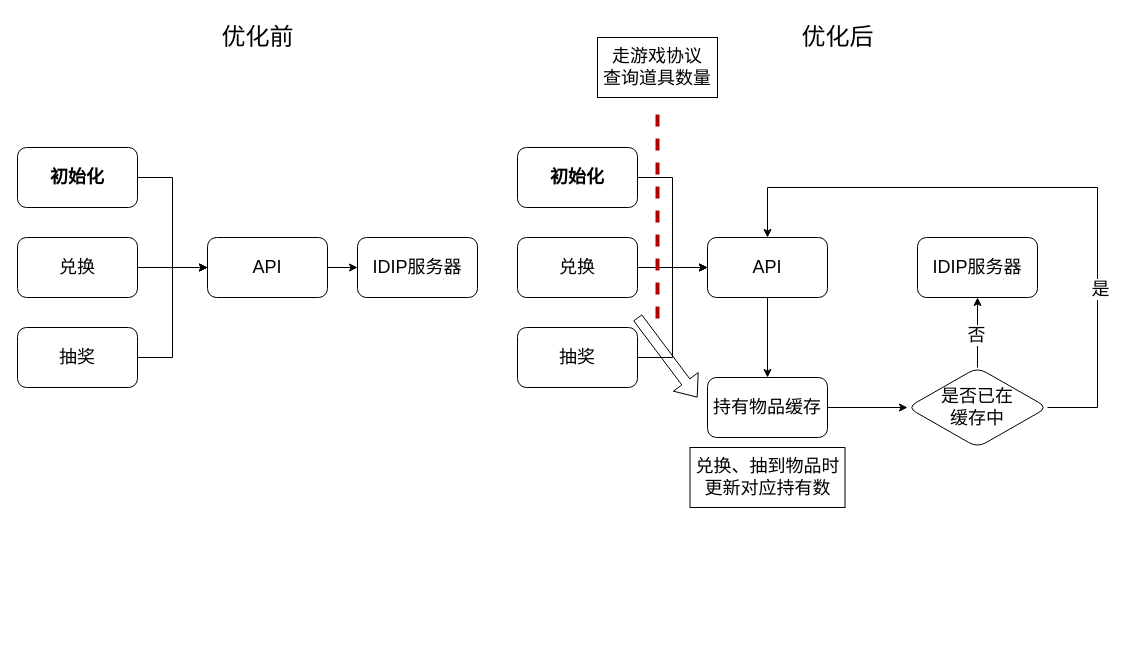
Before: 道奇背景.drawio in dingdu/7days-golang, a draw.io diagram. Source tidied: cells renumbered, new cells numbered last; positions are measured from the earlier drawing's top-left corner, leaving out a move shared by most shapes. Both pictures are drawn from the tidied source at 100%, with x=0, y=0 at pixel (17, 17).
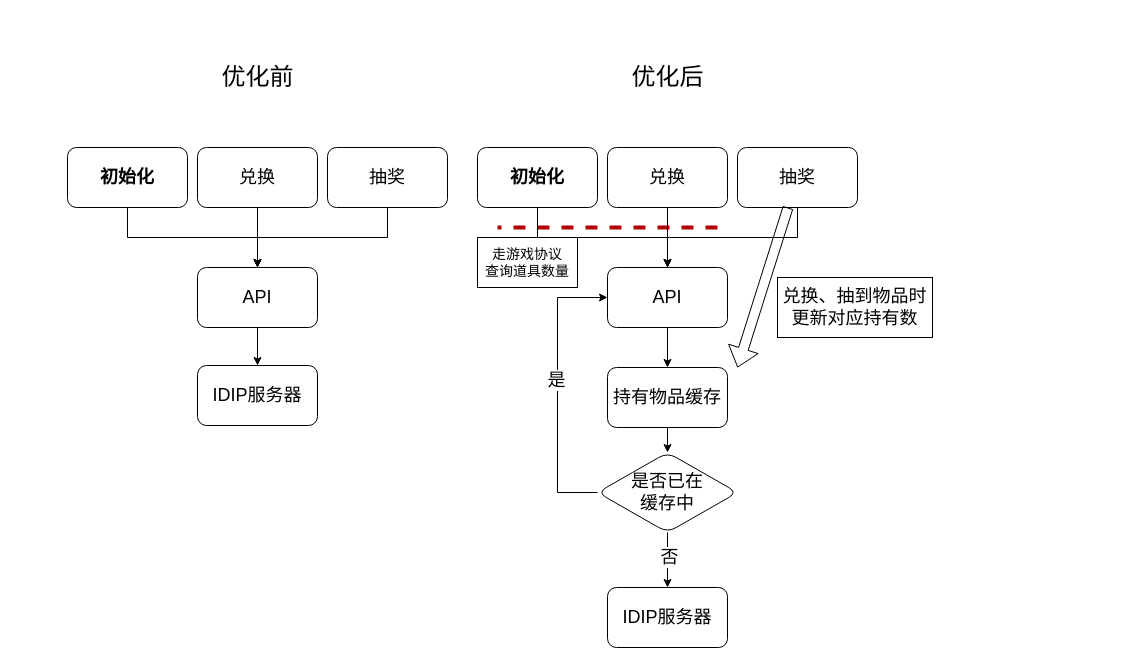
The same diagram, later.

The edit, as a diff of the source:
```diff
@@
-    <mxCell id="2" style="edgeStyle=orthogonalEdgeStyle;rounded=0;jettySize=auto;html=1;entryX=0;entryY=0.5;entryDx=0;entryDy=0;fontSize=18;" parent="1" edge="1" source="3" target="9">
-      <mxGeometry relative="1" as="geometry" />
+    <mxCell id="2" style="edgeStyle=orthogonalEdgeStyle;rounded=0;jettySize=auto;html=1;entryX=0.5;entryY=0;entryDx=0;entryDy=0;strokeWidth=1;fontSize=24;endSize=6;" parent="1" edge="1" source="3" target="9">
+      <mxGeometry relative="1" as="geometry">
+        <Array as="points">
+          <mxPoint x="110" y="220" />
+          <mxPoint x="240" y="220" />
+        </Array>
+      </mxGeometry>
     </mxCell>
     <mxCell id="3" value="初始化" style="rounded=1;whiteSpace=wrap;html=1;fontSize=18;fontStyle=1;" parent="1" vertex="1">
-      <mxGeometry y="130" width="120" height="60" as="geometry" />
+      <mxGeometry x="50" y="130" width="120" height="60" as="geometry" />
     </mxCell>
@@
     <mxCell id="5" value="兑换" style="rounded=1;whiteSpace=wrap;html=1;fontSize=18;" parent="1" vertex="1">
-      <mxGeometry y="220" width="120" height="60" as="geometry" />
+      <mxGeometry x="180" y="130" width="120" height="60" as="geometry" />
     </mxCell>
-    <mxCell id="6" style="edgeStyle=orthogonalEdgeStyle;rounded=0;jettySize=auto;html=1;entryX=0;entryY=0.5;entryDx=0;entryDy=0;fontSize=18;" parent="1" edge="1" source="7" target="9">
-      <mxGeometry relative="1" as="geometry" />
+    <mxCell id="6" style="edgeStyle=orthogonalEdgeStyle;rounded=0;jettySize=auto;html=1;entryX=0.5;entryY=0;entryDx=0;entryDy=0;strokeWidth=1;fontSize=24;endSize=6;" parent="1" edge="1" source="7" target="9">
+      <mxGeometry relative="1" as="geometry">
+        <Array as="points">
+          <mxPoint x="370" y="220" />
+          <mxPoint x="240" y="220" />
+        </Array>
+      </mxGeometry>
     </mxCell>
     <mxCell id="7" value="抽奖" style="rounded=1;whiteSpace=wrap;html=1;fontSize=18;" parent="1" vertex="1">
-      <mxGeometry y="310" width="120" height="60" as="geometry" />
+      <mxGeometry x="310" y="130" width="120" height="60" as="geometry" />
     </mxCell>
@@
     <mxCell id="9" value="API" style="rounded=1;whiteSpace=wrap;html=1;fontSize=18;" parent="1" vertex="1">
-      <mxGeometry x="190" y="220" width="120" height="60" as="geometry" />
+      <mxGeometry x="180" y="250" width="120" height="60" as="geometry" />
     </mxCell>
     <mxCell id="10" value="IDIP服务器" style="rounded=1;whiteSpace=wrap;html=1;fontSize=18;" parent="1" vertex="1">
-      <mxGeometry x="340" y="220" width="120" height="60" as="geometry" />
+      <mxGeometry x="180" y="348" width="120" height="60" as="geometry" />
     </mxCell>
-    <mxCell id="11" style="edgeStyle=orthogonalEdgeStyle;rounded=0;jettySize=auto;html=1;entryX=0;entryY=0.5;entryDx=0;entryDy=0;fontSize=18;shadow=0;" parent="1" edge="1" source="12" target="18">
-      <mxGeometry relative="1" as="geometry" />
+    <mxCell id="11" style="edgeStyle=orthogonalEdgeStyle;rounded=0;orthogonalLoop=1;jettySize=auto;html=1;entryX=0;entryY=0.5;entryDx=0;entryDy=0;fontSize=18;shadow=0;" parent="1" edge="1">
+      <mxGeometry relative="1" as="geometry">
+        <mxPoint x="790" y="180" as="sourcePoint" />
+      </mxGeometry>
     </mxCell>
-    <mxCell id="12" value="初始化" style="rounded=1;whiteSpace=wrap;html=1;fontSize=18;fontStyle=1;" parent="1" vertex="1">
-      <mxGeometry x="500" y="130" width="120" height="60" as="geometry" />
-    </mxCell>
-    <mxCell id="13" style="edgeStyle=orthogonalEdgeStyle;rounded=0;jettySize=auto;html=1;fontSize=18;" parent="1" edge="1" source="14" target="18">
-      <mxGeometry relative="1" as="geometry" />
-    </mxCell>
-    <mxCell id="14" value="兑换" style="rounded=1;whiteSpace=wrap;html=1;fontSize=18;" parent="1" vertex="1">
-      <mxGeometry x="500" y="220" width="120" height="60" as="geometry" />
-    </mxCell>
-    <mxCell id="15" style="edgeStyle=orthogonalEdgeStyle;rounded=0;jettySize=auto;html=1;entryX=0;entryY=0.5;entryDx=0;entryDy=0;fontSize=18;" parent="1" edge="1" source="16" target="18">
-      <mxGeometry relative="1" as="geometry" />
-    </mxCell>
-    <mxCell id="16" value="抽奖" style="rounded=1;whiteSpace=wrap;html=1;fontSize=18;" parent="1" vertex="1">
-      <mxGeometry x="500" y="310" width="120" height="60" as="geometry" />
-    </mxCell>
-    <mxCell id="17" style="edgeStyle=orthogonalEdgeStyle;rounded=0;jettySize=auto;html=1;strokeWidth=1;fontSize=18;endSize=6;" parent="1" edge="1" source="18" target="23">
-      <mxGeometry relative="1" as="geometry" />
-    </mxCell>
-    <mxCell id="18" value="API" style="rounded=1;whiteSpace=wrap;html=1;fontSize=18;" parent="1" vertex="1">
-      <mxGeometry x="690" y="220" width="120" height="60" as="geometry" />
-    </mxCell>
-    <mxCell id="19" value="IDIP服务器" style="rounded=1;whiteSpace=wrap;html=1;fontSize=18;" parent="1" vertex="1">
-      <mxGeometry x="900" y="220" width="120" height="60" as="geometry" />
-    </mxCell>
     <mxCell id="20" style="endArrow=none;dashed=1;html=1;rounded=0;fontStyle=1;strokeWidth=4;fillColor=#e51400;strokeColor=#B20000;" parent="1" edge="1">
       <mxGeometry relative="1" as="geometry">
-        <mxPoint x="640" y="301" as="sourcePoint" />
-        <mxPoint x="640" y="91" as="targetPoint" />
+        <mxPoint x="700" y="210" as="sourcePoint" />
+        <mxPoint x="480" y="210" as="targetPoint" />
       </mxGeometry>
     </mxCell>
-    <mxCell id="21" value="&lt;font style=&quot;font-size: 18px;&quot;&gt;走游戏协议&lt;br&gt;查询道具数量&lt;/font&gt;" style="rounded=0;whiteSpace=wrap;html=1;" parent="1" vertex="1">
-      <mxGeometry x="580" y="20" width="120" height="60" as="geometry" />
+    <mxCell id="21" value="&lt;font style=&quot;font-size: 14px;&quot;&gt;走游戏协议&lt;br&gt;查询道具数量&lt;/font&gt;" style="rounded=0;whiteSpace=wrap;html=1;" parent="1" vertex="1">
+      <mxGeometry x="460" y="220" width="100" height="50" as="geometry" />
     </mxCell>
-    <mxCell id="22" style="edgeStyle=orthogonalEdgeStyle;rounded=0;jettySize=auto;html=1;strokeWidth=1;fontSize=18;endSize=6;" parent="1" edge="1" source="23" target="28">
+    <mxCell id="22" style="edgeStyle=orthogonalEdgeStyle;rounded=0;jettySize=auto;html=1;strokeWidth=1;fontSize=14;endSize=6;" parent="1" edge="1" source="23" target="28">
       <mxGeometry relative="1" as="geometry" />
     </mxCell>
     <mxCell id="23" value="持有物品缓存" style="rounded=1;whiteSpace=wrap;html=1;fontSize=18;" parent="1" vertex="1">
-      <mxGeometry x="690" y="360" width="120" height="60" as="geometry" />
+      <mxGeometry x="590" y="350" width="120" height="60" as="geometry" />
     </mxCell>
-    <mxCell id="24" style="edgeStyle=orthogonalEdgeStyle;rounded=0;jettySize=auto;html=1;strokeWidth=1;fontSize=18;endSize=6;" parent="1" edge="1" source="28" target="19">
+    <mxCell id="24" style="edgeStyle=orthogonalEdgeStyle;rounded=0;jettySize=auto;html=1;strokeWidth=1;fontSize=14;endSize=6;" parent="1" edge="1" source="28" target="19">
       <mxGeometry relative="1" as="geometry" />
     </mxCell>
     <mxCell id="25" value="否" style="edgeLabel;html=1;align=center;verticalAlign=middle;fontSize=18;" parent="24" vertex="1">
-      <mxGeometry x="-0.06" y="2" relative="1" as="geometry" />
+      <mxGeometry x="-0.15" y="1" relative="1" as="geometry">
+        <mxPoint y="1" as="offset" />
+      </mxGeometry>
     </mxCell>
-    <mxCell id="26" style="edgeStyle=orthogonalEdgeStyle;rounded=0;jettySize=auto;html=1;entryX=0.5;entryY=0;entryDx=0;entryDy=0;strokeWidth=1;fontSize=18;endSize=6;" parent="1" edge="1" source="28" target="18">
+    <mxCell id="26" style="edgeStyle=orthogonalEdgeStyle;rounded=0;jettySize=auto;html=1;entryX=0;entryY=0.5;entryDx=0;entryDy=0;strokeWidth=1;fontSize=18;endSize=6;" parent="1" edge="1" source="28" target="18">
       <mxGeometry relative="1" as="geometry">
         <Array as="points">
-          <mxPoint x="1080" y="390" />
-          <mxPoint x="1080" y="170" />
-          <mxPoint x="750" y="170" />
+          <mxPoint x="540" y="475" />
+          <mxPoint x="540" y="280" />
         </Array>
       </mxGeometry>
     </mxCell>
     <mxCell id="27" value="是" style="edgeLabel;html=1;align=center;verticalAlign=middle;fontSize=18;" parent="26" vertex="1">
-      <mxGeometry x="-0.48" y="-2" relative="1" as="geometry" />
+      <mxGeometry x="0.08" y="2" relative="1" as="geometry">
+        <mxPoint y="1" as="offset" />
+      </mxGeometry>
     </mxCell>
     <mxCell id="28" value="是否已在&lt;br&gt;缓存中" style="rhombus;whiteSpace=wrap;html=1;fontSize=18;rounded=1;" parent="1" vertex="1">
-      <mxGeometry x="890" y="350" width="140" height="80" as="geometry" />
+      <mxGeometry x="580" y="435" width="140" height="80" as="geometry" />
     </mxCell>
-    <mxCell id="29" style="shape=flexArrow;endArrow=classic;html=1;rounded=0;strokeWidth=1;fontSize=18;endSize=6;" parent="1" edge="1">
-      <mxGeometry relative="1" as="geometry">
-        <mxPoint x="620" y="300" as="sourcePoint" />
-        <mxPoint x="680" y="380" as="targetPoint" />
-      </mxGeometry>
-    </mxCell>
     <mxCell id="30" value="兑换、抽到物品时&lt;br style=&quot;border-color: var(--border-color);&quot;&gt;&lt;span style=&quot;&quot;&gt;更新对应持有数&lt;/span&gt;" style="rounded=0;whiteSpace=wrap;html=1;fontSize=18;" parent="1" vertex="1">
-      <mxGeometry x="672.5" y="430" width="155" height="60" as="geometry" />
+      <mxGeometry x="760" y="260" width="155" height="60" as="geometry" />
     </mxCell>
     <mxCell id="31" value="&lt;font style=&quot;font-size: 24px;&quot;&gt;优化前&lt;/font&gt;" style="text;html=1;align=center;verticalAlign=middle;strokeColor=none;fillColor=none;fontSize=18;" parent="1" vertex="1">
-      <mxGeometry x="190" width="100" height="40" as="geometry" />
+      <mxGeometry x="190" y="40" width="100" height="40" as="geometry" />
     </mxCell>
     <mxCell id="32" value="&lt;font style=&quot;font-size: 24px;&quot;&gt;优化后&lt;/font&gt;" style="text;html=1;align=center;verticalAlign=middle;strokeColor=none;fillColor=none;fontSize=18;" parent="1" vertex="1">
-      <mxGeometry x="770" width="100" height="40" as="geometry" />
+      <mxGeometry x="600" y="40" width="100" height="40" as="geometry" />
     </mxCell>
+    <mxCell id="33" style="edgeStyle=orthogonalEdgeStyle;rounded=0;jettySize=auto;html=1;entryX=0.5;entryY=0;entryDx=0;entryDy=0;strokeWidth=1;fontSize=24;endSize=6;" parent="1" edge="1" source="12" target="18">
+      <mxGeometry relative="1" as="geometry">
+        <Array as="points">
+          <mxPoint x="520" y="220" />
+          <mxPoint x="650" y="220" />
+        </Array>
+      </mxGeometry>
+    </mxCell>
+    <mxCell id="12" value="初始化" style="rounded=1;whiteSpace=wrap;html=1;fontSize=18;fontStyle=1;" parent="1" vertex="1">
+      <mxGeometry x="460" y="130" width="120" height="60" as="geometry" />
+    </mxCell>
+    <mxCell id="13" style="edgeStyle=orthogonalEdgeStyle;rounded=0;jettySize=auto;html=1;fontSize=18;" parent="1" edge="1" source="14" target="18">
+      <mxGeometry relative="1" as="geometry" />
+    </mxCell>
+    <mxCell id="14" value="兑换" style="rounded=1;whiteSpace=wrap;html=1;fontSize=18;" parent="1" vertex="1">
+      <mxGeometry x="590" y="130" width="120" height="60" as="geometry" />
+    </mxCell>
+    <mxCell id="15" style="edgeStyle=orthogonalEdgeStyle;rounded=0;jettySize=auto;html=1;entryX=0.5;entryY=0;entryDx=0;entryDy=0;strokeWidth=1;fontSize=24;endSize=6;" parent="1" edge="1" source="16" target="18">
+      <mxGeometry relative="1" as="geometry">
+        <Array as="points">
+          <mxPoint x="780" y="220" />
+          <mxPoint x="650" y="220" />
+        </Array>
+      </mxGeometry>
+    </mxCell>
+    <mxCell id="16" value="抽奖" style="rounded=1;whiteSpace=wrap;html=1;fontSize=18;" parent="1" vertex="1">
+      <mxGeometry x="720" y="130" width="120" height="60" as="geometry" />
+    </mxCell>
+    <mxCell id="17" style="edgeStyle=orthogonalEdgeStyle;rounded=0;jettySize=auto;html=1;strokeWidth=1;fontSize=14;endSize=6;" parent="1" edge="1" source="18" target="23">
+      <mxGeometry relative="1" as="geometry" />
+    </mxCell>
+    <mxCell id="18" value="API" style="rounded=1;whiteSpace=wrap;html=1;fontSize=18;" parent="1" vertex="1">
+      <mxGeometry x="590" y="250" width="120" height="60" as="geometry" />
+    </mxCell>
+    <mxCell id="19" value="IDIP服务器" style="rounded=1;whiteSpace=wrap;html=1;fontSize=18;" parent="1" vertex="1">
+      <mxGeometry x="590" y="570" width="120" height="60" as="geometry" />
+    </mxCell>
+    <mxCell id="34" style="shape=flexArrow;endArrow=classic;html=1;rounded=0;strokeWidth=1;fontSize=18;endSize=6;" parent="1" edge="1" source="16">
+      <mxGeometry relative="1" as="geometry">
+        <mxPoint x="720" y="350" as="targetPoint" />
+      </mxGeometry>
+    </mxCell>
```
